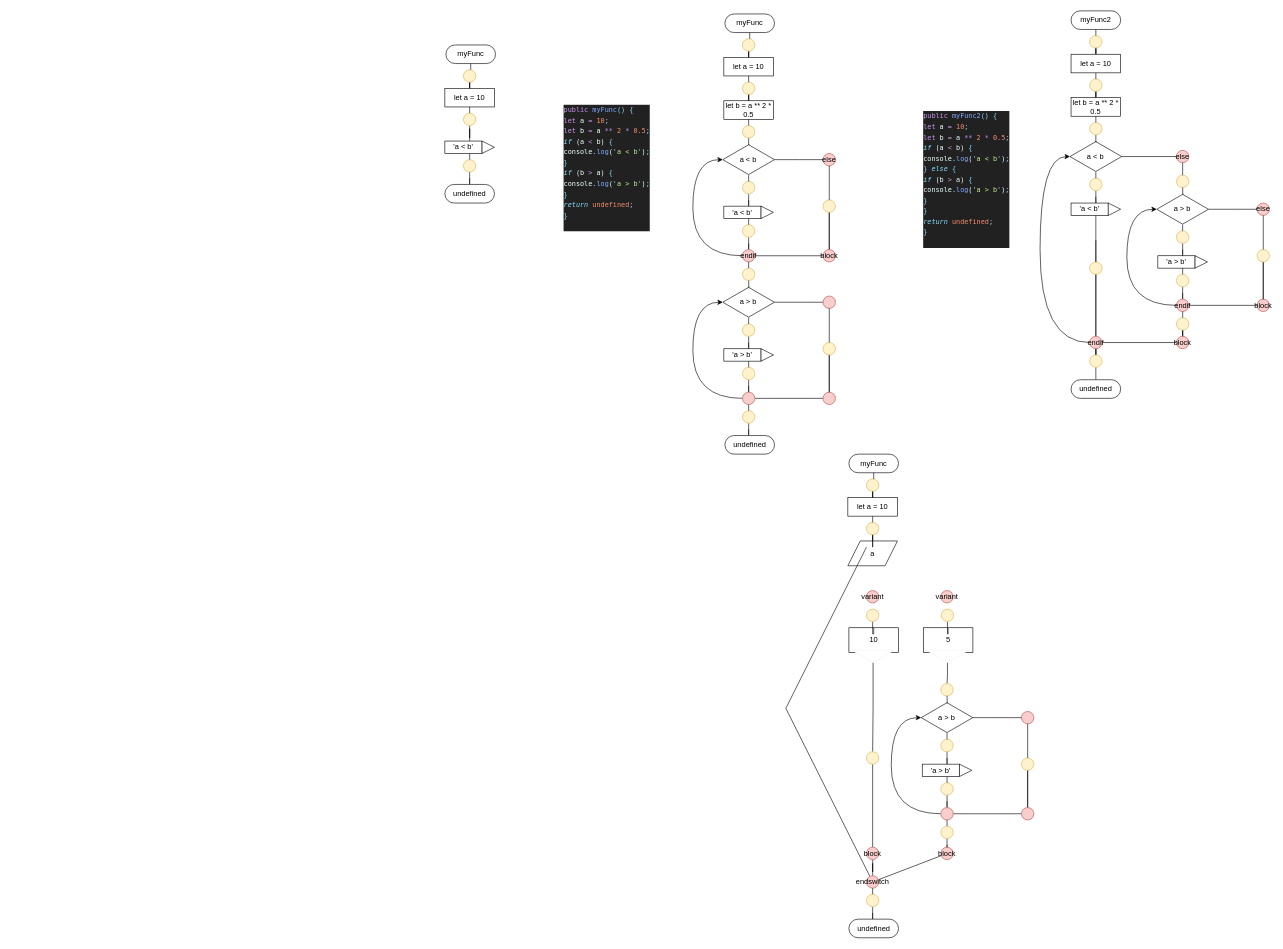
Above: page "Страница 1" (1 of 2) of dizdocs/schema_iter2.drawio in samarsky-canary/dragon (draw.io), before the change. Source tidied: cells renumbered, new cells numbered last; positions are measured from the earlier drawing's top-left corner, leaving out a move shared by most shapes. Both pictures are drawn from the tidied source at 62%, with x=0, y=0 at pixel (445, 11).
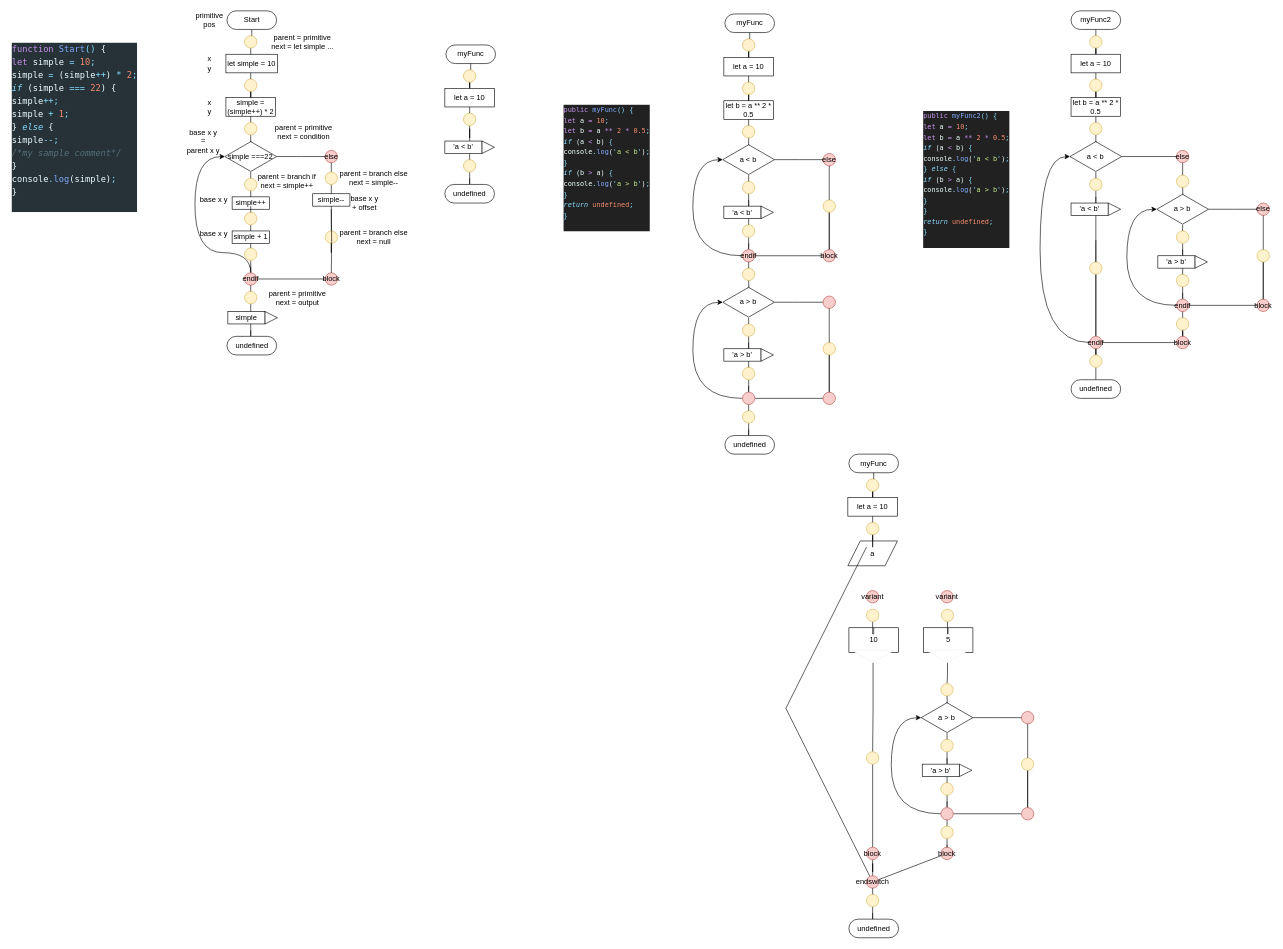
Above is the later version.

Diff of the diagram source:
```diff
@@
+    <mxCell id="185" value="&lt;div style=&quot;color: rgb(238 , 255 , 255) ; background-color: rgb(38 , 50 , 56) ; font-family: &amp;#34;menlo&amp;#34; , &amp;#34;monaco&amp;#34; , &amp;#34;courier new&amp;#34; , monospace ; font-weight: normal ; font-size: 14px ; line-height: 21px&quot;&gt;&lt;div&gt;&lt;span style=&quot;color: #c792ea&quot;&gt;function&lt;/span&gt;&lt;span style=&quot;color: #eeffff&quot;&gt; &lt;/span&gt;&lt;span style=&quot;color: #82aaff&quot;&gt;Start&lt;/span&gt;&lt;span style=&quot;color: #89ddff&quot;&gt;()&lt;/span&gt;&lt;span style=&quot;color: #eeffff&quot;&gt; {&lt;/span&gt;&lt;/div&gt;&lt;div&gt;&lt;span style=&quot;color: #eeffff&quot;&gt;    &lt;/span&gt;&lt;span style=&quot;color: #c792ea&quot;&gt;let&lt;/span&gt;&lt;span style=&quot;color: #eeffff&quot;&gt; &lt;/span&gt;&lt;span style=&quot;color: #eeffff&quot;&gt;simple&lt;/span&gt;&lt;span style=&quot;color: #eeffff&quot;&gt; &lt;/span&gt;&lt;span style=&quot;color: #89ddff&quot;&gt;=&lt;/span&gt;&lt;span style=&quot;color: #eeffff&quot;&gt; &lt;/span&gt;&lt;span style=&quot;color: #f78c6c&quot;&gt;10&lt;/span&gt;&lt;span style=&quot;color: #89ddff&quot;&gt;;&lt;/span&gt;&lt;/div&gt;&lt;div&gt;&lt;span style=&quot;color: #eeffff&quot;&gt;    &lt;/span&gt;&lt;span style=&quot;color: #eeffff&quot;&gt;simple&lt;/span&gt;&lt;span style=&quot;color: #eeffff&quot;&gt; &lt;/span&gt;&lt;span style=&quot;color: #89ddff&quot;&gt;=&lt;/span&gt;&lt;span style=&quot;color: #eeffff&quot;&gt; (&lt;/span&gt;&lt;span style=&quot;color: #eeffff&quot;&gt;simple&lt;/span&gt;&lt;span style=&quot;color: #89ddff&quot;&gt;++&lt;/span&gt;&lt;span style=&quot;color: #eeffff&quot;&gt;) &lt;/span&gt;&lt;span style=&quot;color: #89ddff&quot;&gt;*&lt;/span&gt;&lt;span style=&quot;color: #eeffff&quot;&gt; &lt;/span&gt;&lt;span style=&quot;color: #f78c6c&quot;&gt;2&lt;/span&gt;&lt;span style=&quot;color: #89ddff&quot;&gt;;&lt;/span&gt;&lt;/div&gt;&lt;div&gt;&lt;span style=&quot;color: #eeffff&quot;&gt;    &lt;/span&gt;&lt;span style=&quot;color: #89ddff ; font-style: italic&quot;&gt;if&lt;/span&gt;&lt;span style=&quot;color: #eeffff&quot;&gt; (&lt;/span&gt;&lt;span style=&quot;color: #eeffff&quot;&gt;simple&lt;/span&gt;&lt;span style=&quot;color: #eeffff&quot;&gt; &lt;/span&gt;&lt;span style=&quot;color: #89ddff&quot;&gt;===&lt;/span&gt;&lt;span style=&quot;color: #eeffff&quot;&gt; &lt;/span&gt;&lt;span style=&quot;color: #f78c6c&quot;&gt;22&lt;/span&gt;&lt;span style=&quot;color: #eeffff&quot;&gt;) {&lt;/span&gt;&lt;/div&gt;&lt;div&gt;&lt;span style=&quot;color: #eeffff&quot;&gt;        &lt;/span&gt;&lt;span style=&quot;color: #eeffff&quot;&gt;simple&lt;/span&gt;&lt;span style=&quot;color: #89ddff&quot;&gt;++;&lt;/span&gt;&lt;/div&gt;&lt;div&gt;&lt;span style=&quot;color: #eeffff&quot;&gt;        &lt;/span&gt;&lt;span style=&quot;color: #eeffff&quot;&gt;simple&lt;/span&gt;&lt;span style=&quot;color: #eeffff&quot;&gt; &lt;/span&gt;&lt;span style=&quot;color: #89ddff&quot;&gt;+&lt;/span&gt;&lt;span style=&quot;color: #eeffff&quot;&gt; &lt;/span&gt;&lt;span style=&quot;color: #f78c6c&quot;&gt;1&lt;/span&gt;&lt;span style=&quot;color: #89ddff&quot;&gt;;&lt;/span&gt;&lt;/div&gt;&lt;div&gt;&lt;span style=&quot;color: #eeffff&quot;&gt;    } &lt;/span&gt;&lt;span style=&quot;color: #89ddff ; font-style: italic&quot;&gt;else&lt;/span&gt;&lt;span style=&quot;color: #eeffff&quot;&gt; {&lt;/span&gt;&lt;/div&gt;&lt;div&gt;&lt;span style=&quot;color: #eeffff&quot;&gt;        &lt;/span&gt;&lt;span style=&quot;color: #eeffff&quot;&gt;simple&lt;/span&gt;&lt;span style=&quot;color: #89ddff&quot;&gt;--;&lt;/span&gt;&lt;/div&gt;&lt;div&gt;&lt;span style=&quot;color: #eeffff&quot;&gt;        &lt;/span&gt;&lt;span style=&quot;color: #546e7a ; font-style: italic&quot;&gt;/*my sample comment*/&lt;/span&gt;&lt;/div&gt;&lt;div&gt;&lt;span style=&quot;color: #eeffff&quot;&gt;    }&lt;/span&gt;&lt;/div&gt;&lt;div&gt;&lt;span style=&quot;color: #eeffff&quot;&gt;    &lt;/span&gt;&lt;span style=&quot;color: #eeffff&quot;&gt;console&lt;/span&gt;&lt;span style=&quot;color: #89ddff&quot;&gt;.&lt;/span&gt;&lt;span style=&quot;color: #82aaff&quot;&gt;log&lt;/span&gt;&lt;span style=&quot;color: #eeffff&quot;&gt;(&lt;/span&gt;&lt;span style=&quot;color: #eeffff&quot;&gt;simple&lt;/span&gt;&lt;span style=&quot;color: #eeffff&quot;&gt;)&lt;/span&gt;&lt;span style=&quot;color: #89ddff&quot;&gt;;&lt;/span&gt;&lt;/div&gt;&lt;div&gt;&lt;span style=&quot;color: #eeffff&quot;&gt;}&lt;/span&gt;&lt;/div&gt;&lt;br&gt;&lt;/div&gt;" style="text;whiteSpace=wrap;html=1;" parent="1" vertex="1">
+      <mxGeometry x="-700" y="45" width="230" height="350" as="geometry" />
+    </mxCell>
+    <mxCell id="186" style="edgeStyle=orthogonalEdgeStyle;rounded=0;jettySize=auto;html=1;endArrow=none;endFill=0;" parent="1" edge="1" source="189" target="188">
+      <mxGeometry relative="1" as="geometry" />
+    </mxCell>
+    <mxCell id="187" value="Start" style="rounded=1;whiteSpace=wrap;html=1;arcSize=50;" parent="1" vertex="1">
+      <mxGeometry x="-351.4" width="80" height="30" as="geometry" />
+    </mxCell>
+    <mxCell id="188" value="let simple = 10" style="rounded=0;whiteSpace=wrap;html=1;" parent="1" vertex="1">
+      <mxGeometry x="-353.1" y="70" width="83.1" height="30" as="geometry" />
+    </mxCell>
+    <mxCell id="189" style="ellipse;whiteSpace=wrap;html=1;fillColor=#fff2cc;strokeColor=#d6b656;" parent="1" vertex="1">
+      <mxGeometry x="-323.1" y="40" width="20" height="20" as="geometry" />
+    </mxCell>
+    <mxCell id="190" style="edgeStyle=orthogonalEdgeStyle;rounded=0;jettySize=auto;html=1;endArrow=none;endFill=0;" parent="1" edge="1" source="187" target="189">
+      <mxGeometry relative="1" as="geometry">
+        <Array as="points">
+          <mxPoint x="-313.1" y="30" />
+          <mxPoint x="-313.1" y="30" />
+        </Array>
+      </mxGeometry>
+    </mxCell>
+    <mxCell id="191" style="edgeStyle=orthogonalEdgeStyle;rounded=0;jettySize=auto;html=1;endArrow=none;endFill=0;" parent="1" edge="1" source="193" target="192">
+      <mxGeometry relative="1" as="geometry" />
+    </mxCell>
+    <mxCell id="192" value="simple = (simple++) * 2" style="rounded=0;whiteSpace=wrap;html=1;" parent="1" vertex="1">
+      <mxGeometry x="-353.1" y="140" width="80" height="30" as="geometry" />
+    </mxCell>
+    <mxCell id="193" style="ellipse;whiteSpace=wrap;html=1;fillColor=#fff2cc;strokeColor=#d6b656;" parent="1" vertex="1">
+      <mxGeometry x="-323.1" y="110" width="20" height="20" as="geometry" />
+    </mxCell>
+    <mxCell id="194" style="edgeStyle=orthogonalEdgeStyle;rounded=0;jettySize=auto;html=1;endArrow=none;endFill=0;" parent="1" edge="1" target="193">
+      <mxGeometry relative="1" as="geometry">
+        <mxPoint x="-313.1" y="100" as="sourcePoint" />
+        <Array as="points">
+          <mxPoint x="-313.1" y="100" />
+          <mxPoint x="-313.1" y="100" />
+        </Array>
+      </mxGeometry>
+    </mxCell>
+    <mxCell id="195" style="edgeStyle=orthogonalEdgeStyle;rounded=0;jettySize=auto;html=1;endArrow=none;endFill=0;" parent="1" edge="1" source="196" target="199">
+      <mxGeometry relative="1" as="geometry" />
+    </mxCell>
+    <mxCell id="196" style="ellipse;whiteSpace=wrap;html=1;fillColor=#fff2cc;strokeColor=#d6b656;" parent="1" vertex="1">
+      <mxGeometry x="-323.1" y="180" width="20" height="20" as="geometry" />
+    </mxCell>
+    <mxCell id="197" style="edgeStyle=orthogonalEdgeStyle;rounded=0;jettySize=auto;html=1;endArrow=none;endFill=0;" parent="1" edge="1" target="196">
+      <mxGeometry relative="1" as="geometry">
+        <mxPoint x="-313.1" y="170" as="sourcePoint" />
+        <Array as="points">
+          <mxPoint x="-313.1" y="170" />
+          <mxPoint x="-313.1" y="170" />
+        </Array>
+      </mxGeometry>
+    </mxCell>
+    <mxCell id="198" style="edgeStyle=orthogonalEdgeStyle;rounded=0;jettySize=auto;html=1;endArrow=none;endFill=0;" parent="1" edge="1" source="199">
+      <mxGeometry relative="1" as="geometry">
+        <mxPoint x="-191.4" y="235" as="targetPoint" />
+      </mxGeometry>
+    </mxCell>
+    <mxCell id="199" value="simple ===22" style="html=1;whiteSpace=wrap;shape=isoRectangle;" parent="1" vertex="1">
+      <mxGeometry x="-354.7" y="210" width="83.3" height="50" as="geometry" />
+    </mxCell>
+    <mxCell id="200" style="edgeStyle=orthogonalEdgeStyle;rounded=0;jettySize=auto;html=1;endArrow=none;endFill=0;" parent="1" edge="1" source="201">
+      <mxGeometry relative="1" as="geometry">
+        <mxPoint x="-313.1" y="300" as="targetPoint" />
+      </mxGeometry>
+    </mxCell>
+    <mxCell id="201" style="ellipse;whiteSpace=wrap;html=1;fillColor=#fff2cc;strokeColor=#d6b656;" parent="1" vertex="1">
+      <mxGeometry x="-323.1" y="270" width="20" height="20" as="geometry" />
+    </mxCell>
+    <mxCell id="202" style="edgeStyle=orthogonalEdgeStyle;rounded=0;jettySize=auto;html=1;endArrow=none;endFill=0;" parent="1" edge="1" target="201">
+      <mxGeometry relative="1" as="geometry">
+        <mxPoint x="-313.1" y="260" as="sourcePoint" />
+        <Array as="points">
+          <mxPoint x="-313.1" y="260" />
+          <mxPoint x="-313.1" y="260" />
+        </Array>
+      </mxGeometry>
+    </mxCell>
+    <mxCell id="203" style="edgeStyle=orthogonalEdgeStyle;rounded=0;jettySize=auto;html=1;endArrow=none;endFill=0;" parent="1" edge="1" source="204">
+      <mxGeometry relative="1" as="geometry">
+        <mxPoint x="-313.1" y="412.5" as="targetPoint" />
+      </mxGeometry>
+    </mxCell>
+    <mxCell id="204" style="ellipse;whiteSpace=wrap;html=1;fillColor=#fff2cc;strokeColor=#d6b656;" parent="1" vertex="1">
+      <mxGeometry x="-323.1" y="382.5" width="20" height="20" as="geometry" />
+    </mxCell>
+    <mxCell id="205" value="simple++" style="rounded=0;whiteSpace=wrap;html=1;" parent="1" vertex="1">
+      <mxGeometry x="-343.1" y="300" width="60" height="20" as="geometry" />
+    </mxCell>
+    <mxCell id="206" style="edgeStyle=orthogonalEdgeStyle;rounded=0;jettySize=auto;html=1;endArrow=none;endFill=0;" parent="1" edge="1" source="208" target="212">
+      <mxGeometry relative="1" as="geometry" />
+    </mxCell>
+    <mxCell id="207" style="edgeStyle=orthogonalEdgeStyle;jettySize=auto;html=1;endArrow=classic;endFill=1;curved=1;" parent="1" edge="1" source="208" target="199">
+      <mxGeometry relative="1" as="geometry">
+        <Array as="points">
+          <mxPoint x="-403.1" y="390" />
+          <mxPoint x="-403.1" y="235" />
+        </Array>
+      </mxGeometry>
+    </mxCell>
+    <mxCell id="208" value="endif" style="ellipse;whiteSpace=wrap;html=1;fillColor=#f8cecc;strokeColor=#b85450;" parent="1" vertex="1">
+      <mxGeometry x="-323.1" y="422.5" width="20" height="20" as="geometry" />
+    </mxCell>
+    <mxCell id="209" value="else" style="ellipse;whiteSpace=wrap;html=1;fillColor=#f8cecc;strokeColor=#b85450;" parent="1" vertex="1">
+      <mxGeometry x="-193.1" y="225" width="20" height="20" as="geometry" />
+    </mxCell>
+    <mxCell id="210" style="edgeStyle=orthogonalEdgeStyle;rounded=0;jettySize=auto;html=1;endArrow=none;endFill=0;startArrow=none;" parent="1" edge="1" source="218">
+      <mxGeometry relative="1" as="geometry">
+        <mxPoint x="-183.1" y="310" as="targetPoint" />
+        <Array as="points">
+          <mxPoint x="-183.1" y="390" />
+        </Array>
+      </mxGeometry>
+    </mxCell>
+    <mxCell id="211" style="edgeStyle=orthogonalEdgeStyle;rounded=0;jettySize=auto;html=1;endArrow=none;endFill=0;" parent="1" edge="1" source="209">
+      <mxGeometry relative="1" as="geometry">
+        <mxPoint x="-183.1" y="300" as="targetPoint" />
+      </mxGeometry>
+    </mxCell>
+    <mxCell id="212" value="block" style="ellipse;whiteSpace=wrap;html=1;fillColor=#f8cecc;strokeColor=#b85450;" parent="1" vertex="1">
+      <mxGeometry x="-193.1" y="422.5" width="20" height="20" as="geometry" />
+    </mxCell>
+    <mxCell id="213" style="edgeStyle=orthogonalEdgeStyle;rounded=0;jettySize=auto;html=1;endArrow=none;endFill=0;" parent="1" edge="1" source="214" target="224">
+      <mxGeometry relative="1" as="geometry" />
+    </mxCell>
+    <mxCell id="214" style="ellipse;whiteSpace=wrap;html=1;fillColor=#fff2cc;strokeColor=#d6b656;" parent="1" vertex="1">
+      <mxGeometry x="-323.1" y="452.5" width="20" height="20" as="geometry" />
+    </mxCell>
+    <mxCell id="215" style="edgeStyle=orthogonalEdgeStyle;rounded=0;jettySize=auto;html=1;endArrow=none;endFill=0;" parent="1" edge="1" target="214">
+      <mxGeometry relative="1" as="geometry">
+        <mxPoint x="-313.1" y="442.5" as="sourcePoint" />
+        <Array as="points">
+          <mxPoint x="-313.1" y="442.5" />
+          <mxPoint x="-313.1" y="442.5" />
+        </Array>
+      </mxGeometry>
+    </mxCell>
+    <mxCell id="216" value="simple--" style="rounded=0;whiteSpace=wrap;html=1;" parent="1" vertex="1">
+      <mxGeometry x="-213.1" y="295" width="60" height="20" as="geometry" />
+    </mxCell>
+    <mxCell id="217" style="ellipse;whiteSpace=wrap;html=1;fillColor=#fff2cc;strokeColor=#d6b656;" parent="1" vertex="1">
+      <mxGeometry x="-193.1" y="260" width="20" height="20" as="geometry" />
+    </mxCell>
+    <mxCell id="218" style="ellipse;whiteSpace=wrap;html=1;fillColor=#fff2cc;strokeColor=#d6b656;" parent="1" vertex="1">
+      <mxGeometry x="-193.1" y="355" width="20" height="20" as="geometry" />
+    </mxCell>
+    <mxCell id="219" style="edgeStyle=orthogonalEdgeStyle;rounded=0;jettySize=auto;html=1;endArrow=none;endFill=0;" parent="1" edge="1" target="212">
+      <mxGeometry relative="1" as="geometry">
+        <mxPoint x="-183.1" y="320" as="sourcePoint" />
+      </mxGeometry>
+    </mxCell>
+    <mxCell id="220" style="edgeStyle=orthogonalEdgeStyle;rounded=0;jettySize=auto;html=1;endArrow=none;endFill=0;" parent="1" edge="1" source="221" target="204">
+      <mxGeometry relative="1" as="geometry" />
+    </mxCell>
+    <mxCell id="221" style="ellipse;whiteSpace=wrap;html=1;fillColor=#fff2cc;strokeColor=#d6b656;" parent="1" vertex="1">
+      <mxGeometry x="-323.1" y="325" width="20" height="20" as="geometry" />
+    </mxCell>
+    <mxCell id="222" style="edgeStyle=orthogonalEdgeStyle;rounded=0;jettySize=auto;html=1;endArrow=none;endFill=0;" parent="1" edge="1" target="221">
+      <mxGeometry relative="1" as="geometry">
+        <mxPoint x="-313.1" y="315" as="sourcePoint" />
+        <Array as="points">
+          <mxPoint x="-313.1" y="315" />
+          <mxPoint x="-313.1" y="315" />
+        </Array>
+      </mxGeometry>
+    </mxCell>
+    <mxCell id="223" value="simple + 1" style="rounded=0;whiteSpace=wrap;html=1;" parent="1" vertex="1">
+      <mxGeometry x="-343.1" y="355" width="60" height="20" as="geometry" />
+    </mxCell>
+    <mxCell id="224" value="simple" style="rounded=0;whiteSpace=wrap;html=1;" parent="1" vertex="1">
+      <mxGeometry x="-350" y="485" width="60" height="20" as="geometry" />
+    </mxCell>
+    <mxCell id="225" style="triangle;whiteSpace=wrap;html=1;" parent="1" vertex="1">
+      <mxGeometry x="-290" y="485" width="20" height="20" as="geometry" />
+    </mxCell>
+    <mxCell id="226" style="edgeStyle=orthogonalEdgeStyle;rounded=0;orthogonalLoop=1;jettySize=auto;html=1;endArrow=none;endFill=0;" parent="1" edge="1">
+      <mxGeometry relative="1" as="geometry">
+        <mxPoint x="-313.1" y="505" as="sourcePoint" />
+        <mxPoint x="-313.1" y="515" as="targetPoint" />
+        <Array as="points">
+          <mxPoint x="-313.1" y="525" />
+          <mxPoint x="-313.1" y="525" />
+        </Array>
+      </mxGeometry>
+    </mxCell>
+    <mxCell id="227" value="undefined" style="rounded=1;whiteSpace=wrap;html=1;arcSize=50;" parent="1" vertex="1">
+      <mxGeometry x="-351.4" y="525" width="80" height="30" as="geometry" />
+    </mxCell>
+    <mxCell id="228" value="parent = primitive&lt;br&gt;next = let simple ..." style="text;html=1;align=center;verticalAlign=middle;strokeColor=none;" parent="1" vertex="1">
+      <mxGeometry x="-290" y="35" width="120" height="30" as="geometry" />
+    </mxCell>
+    <mxCell id="229" value="parent = primitive&lt;br&gt;next = condition" style="text;html=1;align=center;verticalAlign=middle;strokeColor=none;" parent="1" vertex="1">
+      <mxGeometry x="-283.1" y="180" width="110" height="30" as="geometry" />
+    </mxCell>
+    <mxCell id="230" value="parent = branch if&lt;br&gt;next = simple++" style="text;html=1;align=center;verticalAlign=middle;strokeColor=none;" parent="1" vertex="1">
+      <mxGeometry x="-310" y="260" width="110" height="30" as="geometry" />
+    </mxCell>
+    <mxCell id="231" value="parent = branch else&lt;br&gt;next = simple--" style="text;html=1;align=center;verticalAlign=middle;strokeColor=none;" parent="1" vertex="1">
+      <mxGeometry x="-180" y="255" width="130" height="30" as="geometry" />
+    </mxCell>
+    <mxCell id="232" value="parent = branch else&lt;br&gt;next = null" style="text;html=1;align=center;verticalAlign=middle;strokeColor=none;" parent="1" vertex="1">
+      <mxGeometry x="-180" y="350" width="130" height="30" as="geometry" />
+    </mxCell>
+    <mxCell id="233" value="parent = primitive&lt;br&gt;next = output" style="text;html=1;align=center;verticalAlign=middle;strokeColor=none;" parent="1" vertex="1">
+      <mxGeometry x="-293.1" y="447.5" width="110" height="30" as="geometry" />
+    </mxCell>
+    <mxCell id="234" value="x&lt;br&gt;y" style="text;html=1;align=center;verticalAlign=middle;strokeColor=none;" parent="1" vertex="1">
+      <mxGeometry x="-390" y="70" width="20" height="30" as="geometry" />
+    </mxCell>
+    <mxCell id="235" value="x&lt;br&gt;y" style="text;html=1;align=center;verticalAlign=middle;strokeColor=none;" parent="1" vertex="1">
+      <mxGeometry x="-390" y="140" width="20" height="30" as="geometry" />
+    </mxCell>
+    <mxCell id="236" value="primitive&lt;br&gt;pos" style="text;html=1;align=center;verticalAlign=middle;strokeColor=none;" parent="1" vertex="1">
+      <mxGeometry x="-410" width="60" height="30" as="geometry" />
+    </mxCell>
+    <mxCell id="237" value="base x y&lt;br&gt;=&lt;br&gt;parent x y" style="text;html=1;align=center;verticalAlign=middle;strokeColor=none;" parent="1" vertex="1">
+      <mxGeometry x="-424.7" y="185" width="70" height="50" as="geometry" />
+    </mxCell>
+    <mxCell id="238" value="base x y" style="text;html=1;align=center;verticalAlign=middle;strokeColor=none;" parent="1" vertex="1">
+      <mxGeometry x="-403.1" y="295" width="60" height="20" as="geometry" />
+    </mxCell>
+    <mxCell id="239" value="base x y" style="text;html=1;align=center;verticalAlign=middle;strokeColor=none;" parent="1" vertex="1">
+      <mxGeometry x="-403.1" y="350" width="60" height="20" as="geometry" />
+    </mxCell>
+    <mxCell id="240" value="base x y&lt;br&gt;+ offset" style="text;html=1;align=center;verticalAlign=middle;strokeColor=none;" parent="1" vertex="1">
+      <mxGeometry x="-160" y="295" width="60" height="30" as="geometry" />
+    </mxCell>
```
